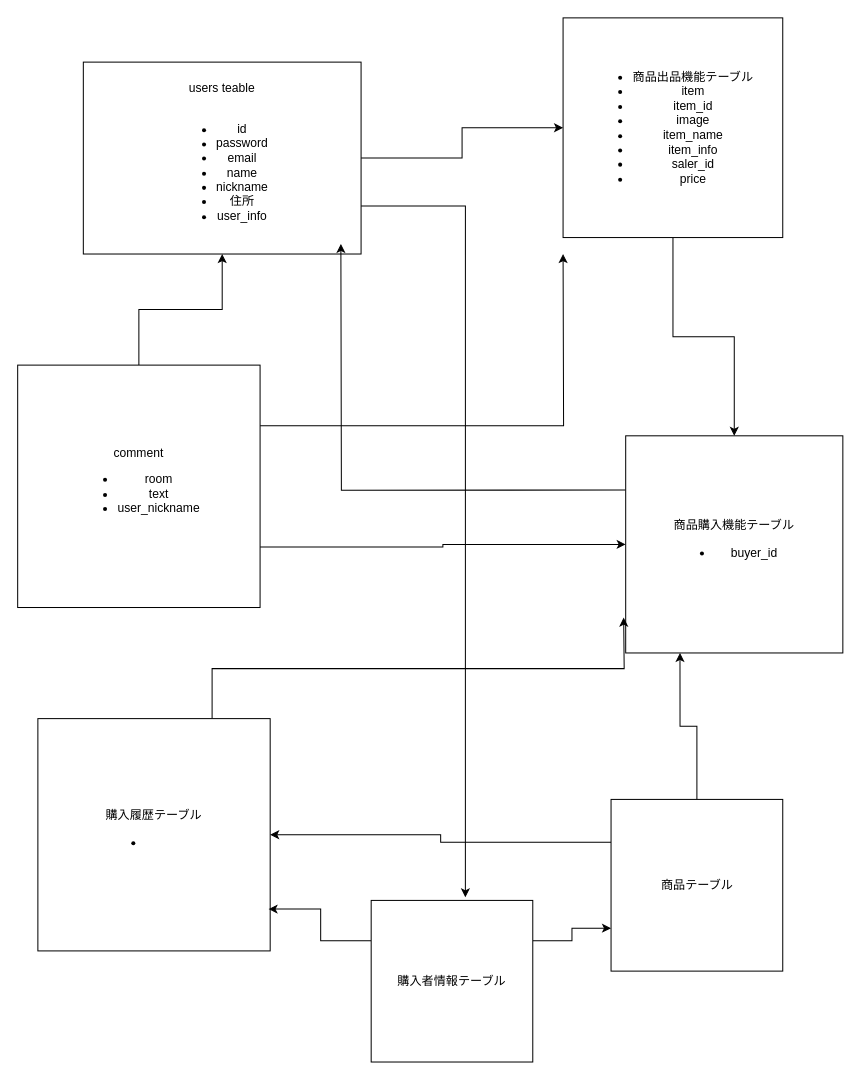
Before: test.dio in 20000414t/furima-34444, a draw.io diagram. Source tidied: cells renumbered, new cells numbered last; positions are measured from the earlier drawing's top-left corner, leaving out a move shared by most shapes. Both pictures are drawn from the tidied source at 101%, with x=0, y=0 at pixel (17, 17).
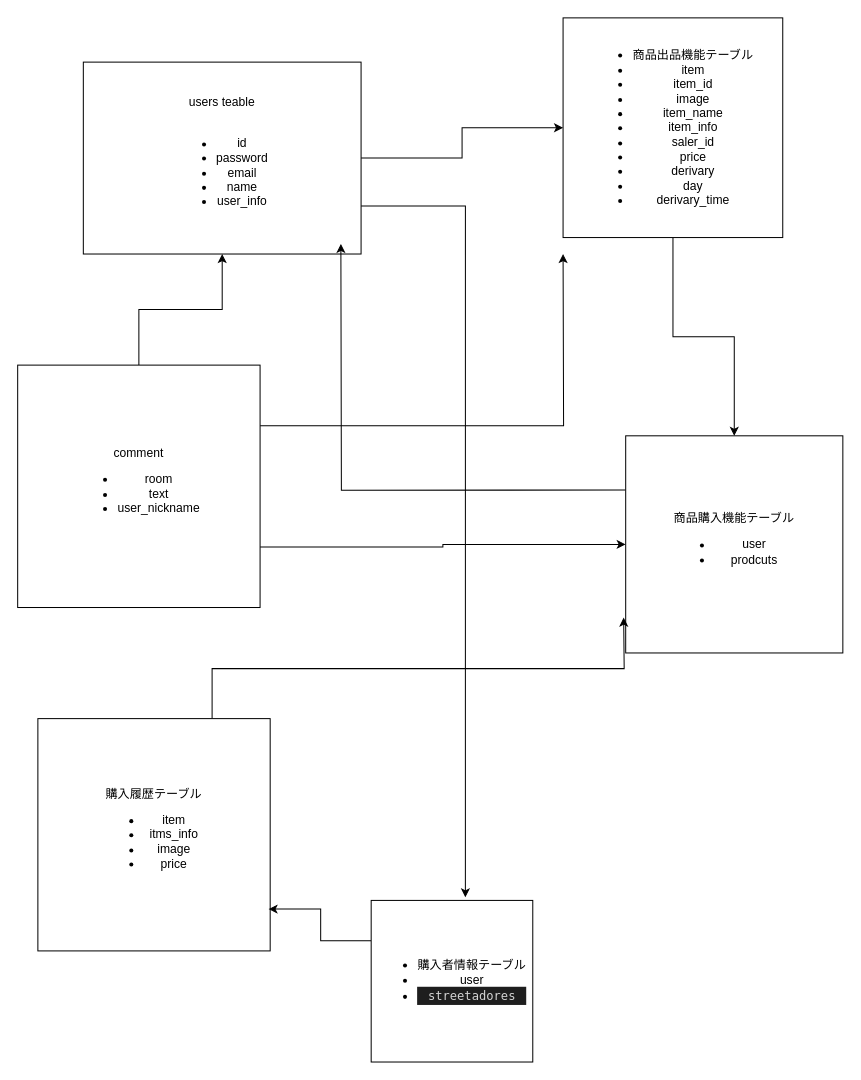
Above is the later version.

Change to the diagram source:
```diff
@@
-    <mxCell id="4" value="users teable&lt;br&gt;&lt;br&gt;&lt;ul&gt;&lt;li&gt;id&lt;/li&gt;&lt;li&gt;password&lt;/li&gt;&lt;li&gt;email&lt;/li&gt;&lt;li&gt;name&lt;/li&gt;&lt;li&gt;nickname&lt;/li&gt;&lt;li&gt;住所&lt;/li&gt;&lt;li&gt;user_info&lt;/li&gt;&lt;/ul&gt;" style="whiteSpace=wrap;html=1;" parent="1" vertex="1">
+    <mxCell id="4" value="users teable&lt;br&gt;&lt;br&gt;&lt;ul&gt;&lt;li&gt;id&lt;/li&gt;&lt;li&gt;password&lt;/li&gt;&lt;li&gt;email&lt;/li&gt;&lt;li&gt;name&lt;/li&gt;&lt;li&gt;user_info&lt;/li&gt;&lt;/ul&gt;" style="whiteSpace=wrap;html=1;" parent="1" vertex="1">
       <mxGeometry x="65" y="44" width="275" height="190" as="geometry" />
     </mxCell>
@@
-    <mxCell id="6" value="&lt;ul&gt;&lt;li&gt;&lt;span&gt;商品出品機能テーブル&lt;/span&gt;&lt;/li&gt;&lt;li&gt;&lt;span&gt;item&lt;/span&gt;&lt;/li&gt;&lt;li&gt;&lt;span&gt;item_id&lt;/span&gt;&lt;/li&gt;&lt;li&gt;&lt;span&gt;image&lt;/span&gt;&lt;/li&gt;&lt;li&gt;&lt;span&gt;item_name&lt;/span&gt;&lt;/li&gt;&lt;li&gt;&lt;span&gt;item_info&lt;/span&gt;&lt;/li&gt;&lt;li&gt;&lt;span&gt;saler_id&lt;/span&gt;&lt;/li&gt;&lt;li&gt;&lt;span&gt;price&lt;/span&gt;&lt;/li&gt;&lt;/ul&gt;" style="whiteSpace=wrap;html=1;align=center;" parent="1" vertex="1">
+    <mxCell id="6" value="&lt;ul&gt;&lt;li&gt;&lt;span&gt;商品出品機能テーブル&lt;/span&gt;&lt;/li&gt;&lt;li&gt;&lt;span&gt;item&lt;/span&gt;&lt;/li&gt;&lt;li&gt;&lt;span&gt;item_id&lt;/span&gt;&lt;/li&gt;&lt;li&gt;&lt;span&gt;image&lt;/span&gt;&lt;/li&gt;&lt;li&gt;&lt;span&gt;item_name&lt;/span&gt;&lt;/li&gt;&lt;li&gt;&lt;span&gt;item_info&lt;/span&gt;&lt;/li&gt;&lt;li&gt;&lt;span&gt;saler_id&lt;/span&gt;&lt;/li&gt;&lt;li&gt;&lt;span&gt;price&lt;/span&gt;&lt;/li&gt;&lt;li&gt;&lt;span&gt;derivary&lt;/span&gt;&lt;/li&gt;&lt;li&gt;&lt;span&gt;day&lt;/span&gt;&lt;/li&gt;&lt;li&gt;&lt;span&gt;derivary_time&lt;/span&gt;&lt;/li&gt;&lt;/ul&gt;" style="whiteSpace=wrap;html=1;align=center;" parent="1" vertex="1">
       <mxGeometry x="540" y="0.2" width="217.5" height="217.5" as="geometry" />
     </mxCell>
@@
-    <mxCell id="8" value="商品購入機能テーブル&lt;br&gt;&lt;ul&gt;&lt;li&gt;buyer_id&lt;/li&gt;&lt;/ul&gt;" style="whiteSpace=wrap;html=1;align=center;" parent="1" vertex="1">
+    <mxCell id="8" value="商品購入機能テーブル&lt;br&gt;&lt;ul&gt;&lt;li&gt;user&lt;/li&gt;&lt;li&gt;prodcuts&lt;/li&gt;&lt;/ul&gt;" style="whiteSpace=wrap;html=1;align=center;" parent="1" vertex="1">
       <mxGeometry x="602" y="414" width="215" height="215" as="geometry" />
     </mxCell>
@@
-    <mxCell id="14" value="購入履歴テーブル&lt;br&gt;&lt;ul&gt;&lt;li&gt;　&lt;/li&gt;&lt;/ul&gt;" style="whiteSpace=wrap;html=1;align=center;" parent="1" vertex="1">
+    <mxCell id="14" value="購入履歴テーブル&lt;br&gt;&lt;ul&gt;&lt;li&gt;item&lt;/li&gt;&lt;li&gt;itms_info　&lt;/li&gt;&lt;li&gt;image&lt;/li&gt;&lt;li&gt;price&lt;/li&gt;&lt;/ul&gt;" style="whiteSpace=wrap;html=1;align=center;" parent="1" vertex="1">
       <mxGeometry x="20" y="694" width="230" height="230" as="geometry" />
     </mxCell>
-    <mxCell id="15" style="edgeStyle=orthogonalEdgeStyle;rounded=0;jettySize=auto;html=1;exitX=0.5;exitY=0;exitDx=0;exitDy=0;entryX=0.25;entryY=1;entryDx=0;entryDy=0;" parent="1" edge="1" source="17" target="8">
-      <mxGeometry relative="1" as="geometry" />
-    </mxCell>
-    <mxCell id="16" style="edgeStyle=orthogonalEdgeStyle;rounded=0;jettySize=auto;html=1;exitX=0;exitY=0.25;exitDx=0;exitDy=0;" parent="1" edge="1" source="17" target="14">
-      <mxGeometry relative="1" as="geometry" />
-    </mxCell>
-    <mxCell id="17" value="商品テーブル" style="whiteSpace=wrap;html=1;align=center;" parent="1" vertex="1">
-      <mxGeometry x="587.5" y="774" width="170" height="170" as="geometry" />
-    </mxCell>
@@
-    <mxCell id="19" style="edgeStyle=orthogonalEdgeStyle;rounded=0;jettySize=auto;html=1;exitX=1;exitY=0.25;exitDx=0;exitDy=0;entryX=0;entryY=0.75;entryDx=0;entryDy=0;" parent="1" edge="1" source="20" target="17">
-      <mxGeometry relative="1" as="geometry" />
-    </mxCell>
-    <mxCell id="20" value="購入者情報テーブル" style="whiteSpace=wrap;html=1;align=center;" parent="1" vertex="1">
+    <mxCell id="20" value="&lt;ul&gt;&lt;li&gt;購入者情報テーブル&lt;/li&gt;&lt;li&gt;user&lt;/li&gt;&lt;li&gt;&lt;div style=&quot;color: rgb(212 , 212 , 212) ; background-color: rgb(30 , 30 , 30) ; font-family: &amp;#34;menlo&amp;#34; , &amp;#34;monaco&amp;#34; , &amp;#34;courier new&amp;#34; , monospace ; line-height: 18px&quot;&gt;streetadores&lt;/div&gt;&lt;/li&gt;&lt;/ul&gt;" style="whiteSpace=wrap;html=1;align=center;" parent="1" vertex="1">
       <mxGeometry x="350" y="874" width="160" height="160" as="geometry" />
     </mxCell>
```
